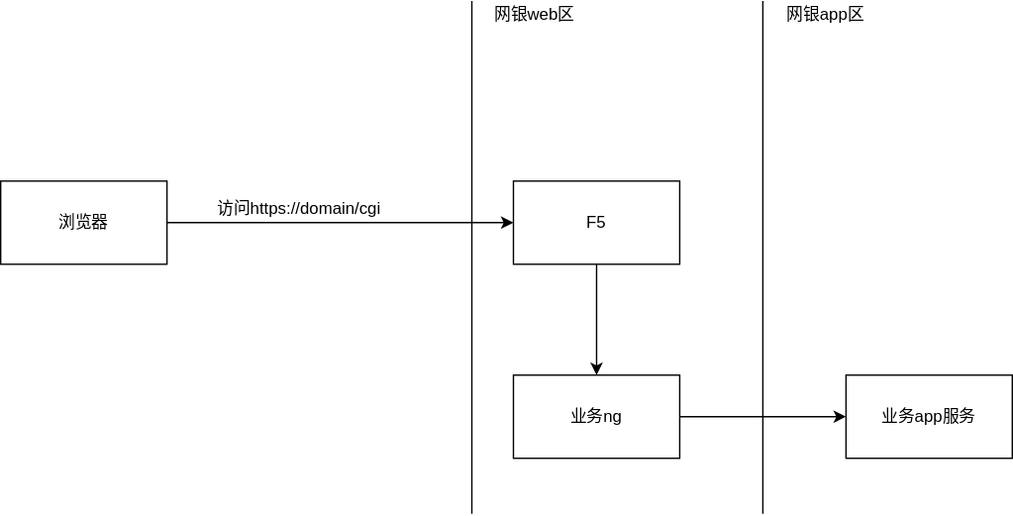
Earlier version of the draw.io export tc_业务直接域名访问路径.svg (c17abab/diag_pics). Source tidied: cells renumbered, new cells last; positions are measured from the earlier drawing's top-left corner, leaving out a move shared by most shapes. Its diagram source:
```xml
<mxGraphModel>
  <root>
    <mxCell id="0" />
    <mxCell id="1" parent="0" />
    <mxCell id="2" style="edgeStyle=none;rounded=0;jettySize=auto;html=1;exitX=1;exitY=0.5;exitDx=0;exitDy=0;" parent="1" edge="1" source="3" target="5">
      <mxGeometry relative="1" as="geometry" />
    </mxCell>
    <mxCell id="3" value="浏览器" style="rounded=0;whiteSpace=wrap;html=1;" parent="1" vertex="1">
      <mxGeometry y="130" width="120" height="60" as="geometry" />
    </mxCell>
    <mxCell id="4" style="edgeStyle=none;rounded=0;jettySize=auto;html=1;" parent="1" edge="1" source="5" target="9">
      <mxGeometry relative="1" as="geometry" />
    </mxCell>
    <mxCell id="5" value="F5" style="rounded=0;whiteSpace=wrap;html=1;" parent="1" vertex="1">
      <mxGeometry x="370" y="130" width="120" height="60" as="geometry" />
    </mxCell>
    <mxCell id="6" style="endArrow=none;html=1;" parent="1" edge="1">
      <mxGeometry relative="1" as="geometry">
        <mxPoint x="340" y="370" as="sourcePoint" />
        <mxPoint x="340" as="targetPoint" />
      </mxGeometry>
    </mxCell>
    <mxCell id="7" value="网银web区" style="text;html=1;align=center;verticalAlign=middle;fillColor=none;strokeColor=none;rounded=0;" parent="1" vertex="1">
      <mxGeometry x="350" width="70" height="20" as="geometry" />
    </mxCell>
    <mxCell id="8" style="edgeStyle=none;rounded=0;jettySize=auto;html=1;" parent="1" edge="1" source="9" target="12">
      <mxGeometry relative="1" as="geometry" />
    </mxCell>
    <mxCell id="9" value="业务ng" style="rounded=0;whiteSpace=wrap;html=1;" parent="1" vertex="1">
      <mxGeometry x="370" y="270" width="120" height="60" as="geometry" />
    </mxCell>
    <mxCell id="10" style="endArrow=none;html=1;" parent="1" edge="1">
      <mxGeometry relative="1" as="geometry">
        <mxPoint x="550" y="370" as="sourcePoint" />
        <mxPoint x="550" as="targetPoint" />
      </mxGeometry>
    </mxCell>
    <mxCell id="11" value="网银app区" style="text;html=1;align=center;verticalAlign=middle;fillColor=none;strokeColor=none;rounded=0;" parent="1" vertex="1">
      <mxGeometry x="560" width="70" height="20" as="geometry" />
    </mxCell>
    <mxCell id="12" value="业务app服务" style="rounded=0;whiteSpace=wrap;html=1;" parent="1" vertex="1">
      <mxGeometry x="610" y="270" width="120" height="60" as="geometry" />
    </mxCell>
    <mxCell id="13" value="访问https://domain/cgi" style="text;html=1;align=center;verticalAlign=middle;fillColor=none;strokeColor=none;rounded=0;" parent="1" vertex="1">
      <mxGeometry x="150" y="140" width="130" height="20" as="geometry" />
    </mxCell>
  </root>
</mxGraphModel>
```
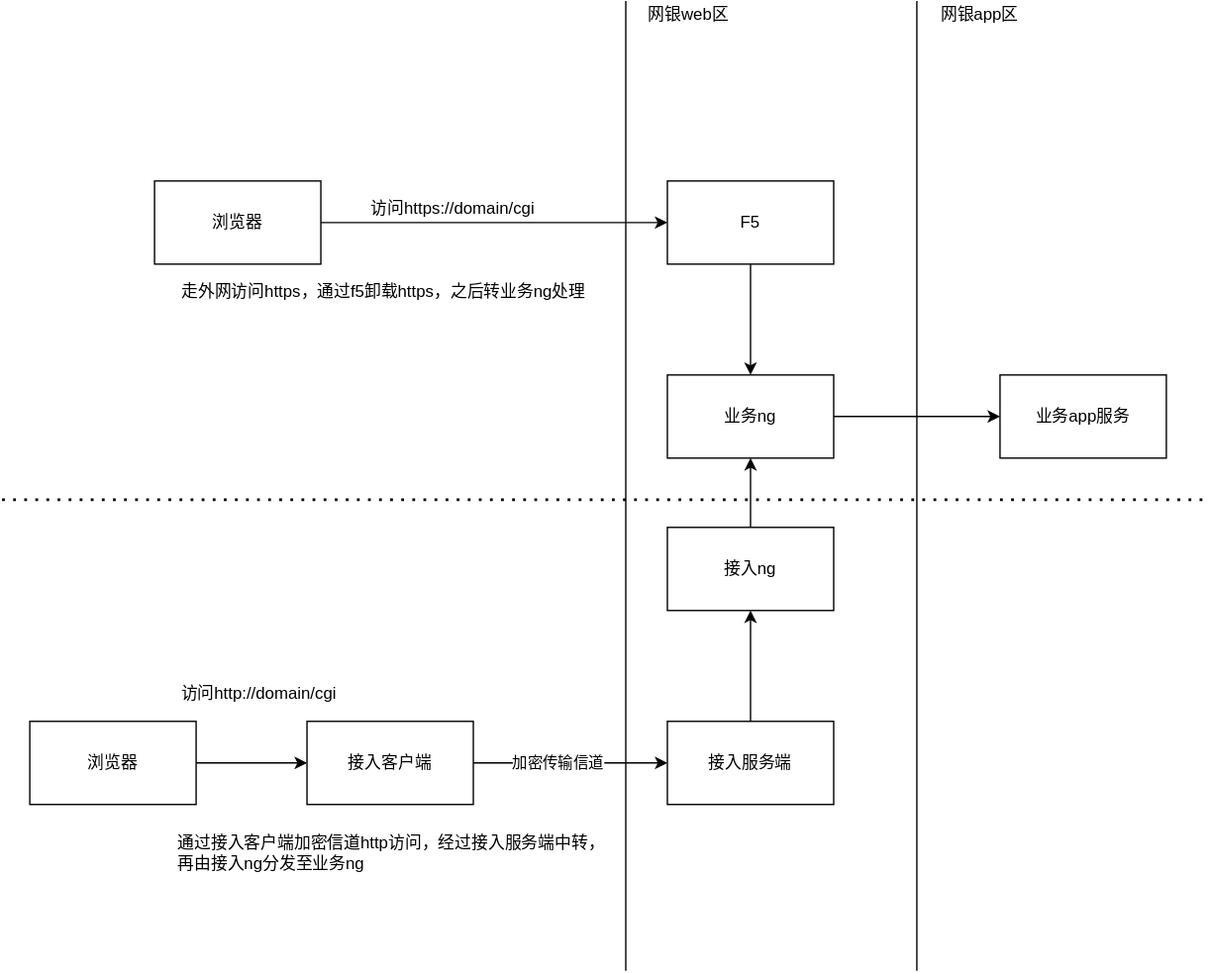
The same file after the commit.

Commit message:
更新tc_业务直接域名访问路径.svg

The edit, as a diff of the source:
```diff
@@ -16,7 +16,7 @@
     </mxCell>
     <mxCell id="6" style="endArrow=none;html=1;" parent="1" edge="1">
       <mxGeometry relative="1" as="geometry">
-        <mxPoint x="340" y="370" as="sourcePoint" />
+        <mxPoint x="340" y="700" as="sourcePoint" />
         <mxPoint x="340" as="targetPoint" />
       </mxGeometry>
     </mxCell>
@@ -31,7 +31,7 @@
     </mxCell>
     <mxCell id="10" style="endArrow=none;html=1;" parent="1" edge="1">
       <mxGeometry relative="1" as="geometry">
-        <mxPoint x="550" y="370" as="sourcePoint" />
+        <mxPoint x="550" y="700" as="sourcePoint" />
         <mxPoint x="550" as="targetPoint" />
       </mxGeometry>
     </mxCell>
@@ -44,5 +44,47 @@
     <mxCell id="13" value="访问https://domain/cgi" style="text;html=1;align=center;verticalAlign=middle;fillColor=none;strokeColor=none;rounded=0;" parent="1" vertex="1">
       <mxGeometry x="150" y="140" width="130" height="20" as="geometry" />
     </mxCell>
+    <mxCell id="14" style="edgeStyle=none;rounded=0;jettySize=auto;html=1;" parent="1" edge="1" source="15" target="25">
+      <mxGeometry relative="1" as="geometry" />
+    </mxCell>
+    <mxCell id="15" value="接入服务端" style="rounded=0;whiteSpace=wrap;html=1;" parent="1" vertex="1">
+      <mxGeometry x="370" y="520" width="120" height="60" as="geometry" />
+    </mxCell>
+    <mxCell id="16" style="edgeStyle=none;rounded=0;jettySize=auto;html=1;" parent="1" edge="1" source="17" target="23">
+      <mxGeometry relative="1" as="geometry" />
+    </mxCell>
+    <mxCell id="17" value="浏览器" style="rounded=0;whiteSpace=wrap;html=1;" parent="1" vertex="1">
+      <mxGeometry x="-90" y="520" width="120" height="60" as="geometry" />
+    </mxCell>
+    <mxCell id="18" value="访问http://domain/cgi" style="text;html=1;align=center;verticalAlign=middle;fillColor=none;strokeColor=none;rounded=0;" parent="1" vertex="1">
+      <mxGeometry x="10" y="490" width="130" height="20" as="geometry" />
+    </mxCell>
+    <mxCell id="19" value="走外网访问https，通过f5卸载https，之后转业务ng处理" style="text;html=1;align=center;verticalAlign=middle;fillColor=none;strokeColor=none;rounded=0;" parent="1" vertex="1">
+      <mxGeometry x="10" y="200" width="310" height="20" as="geometry" />
+    </mxCell>
+    <mxCell id="20" value="通过接入客户端加密信道http访问，经过接入服务端中转，&lt;br&gt;再由接入ng分发至业务ng" style="text;html=1;align=left;verticalAlign=middle;fillColor=none;strokeColor=none;rounded=0;" parent="1" vertex="1">
+      <mxGeometry x="15" y="600" width="320" height="30" as="geometry" />
+    </mxCell>
+    <mxCell id="21" style="edgeStyle=none;rounded=0;jettySize=auto;html=1;exitX=1;exitY=0.5;exitDx=0;exitDy=0;entryX=0;entryY=0.5;entryDx=0;entryDy=0;" parent="1" edge="1" source="23" target="15">
+      <mxGeometry relative="1" as="geometry" />
+    </mxCell>
+    <mxCell id="22" value="加密传输信道" style="edgeLabel;html=1;align=center;verticalAlign=middle;" parent="21" vertex="1">
+      <mxGeometry x="-0.14" y="1" relative="1" as="geometry" />
+    </mxCell>
+    <mxCell id="23" value="接入客户端" style="rounded=0;whiteSpace=wrap;html=1;" parent="1" vertex="1">
+      <mxGeometry x="110" y="520" width="120" height="60" as="geometry" />
+    </mxCell>
+    <mxCell id="24" style="edgeStyle=none;rounded=0;jettySize=auto;html=1;" parent="1" edge="1" source="25" target="9">
+      <mxGeometry relative="1" as="geometry" />
+    </mxCell>
+    <mxCell id="25" value="接入ng" style="rounded=0;whiteSpace=wrap;html=1;" parent="1" vertex="1">
+      <mxGeometry x="370" y="380" width="120" height="60" as="geometry" />
+    </mxCell>
+    <mxCell id="26" style="endArrow=none;dashed=1;html=1;dashPattern=1 3;strokeWidth=2;" parent="1" edge="1">
+      <mxGeometry relative="1" as="geometry">
+        <mxPoint x="-110" y="360" as="sourcePoint" />
+        <mxPoint x="760" y="360" as="targetPoint" />
+      </mxGeometry>
+    </mxCell>
   </root>
 </mxGraphModel>
```
